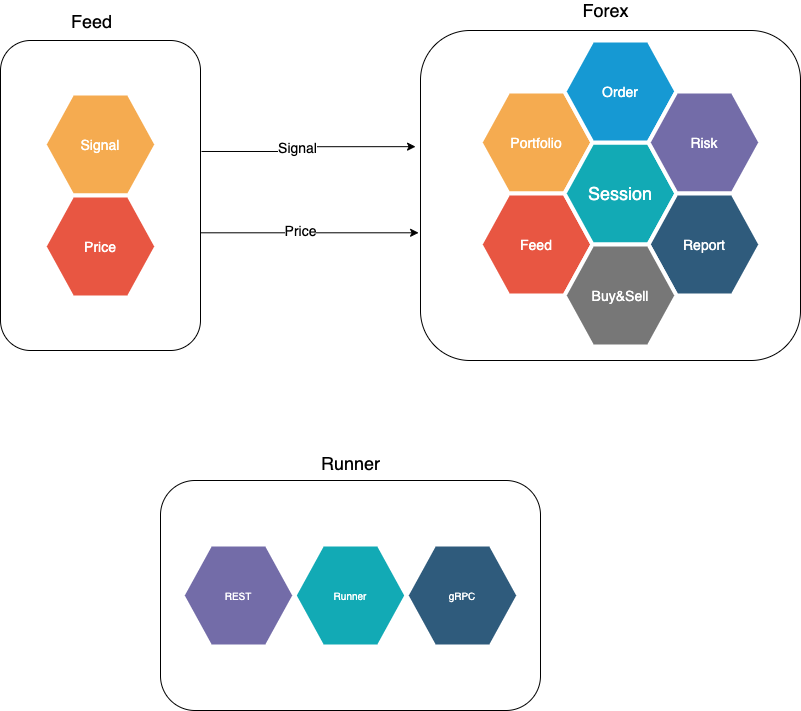
Before: assets/trading-system.png, a diagram exported from draw.io (apssouza22/trading-system). Source tidied: cells renumbered, new cells last; positions are measured from the earlier drawing's top-left corner, leaving out a move shared by most shapes.
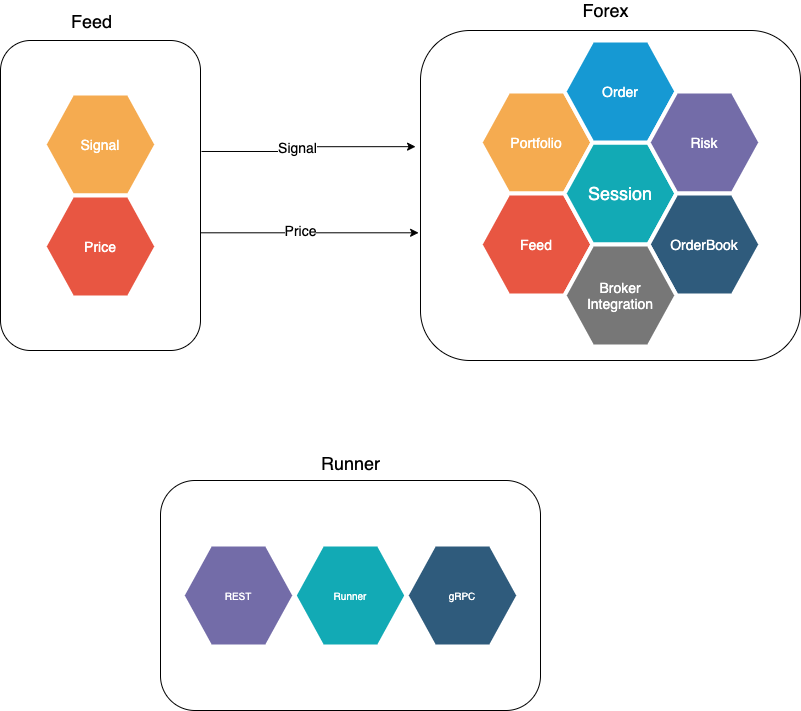
The same file after the commit.

Change to the diagram source:
```diff
@@ -62,10 +62,10 @@
     <mxCell id="19" value="&lt;font style=&quot;font-size: 14px&quot;&gt;Risk&lt;/font&gt;" style="shape=hexagon;strokeWidth=4;html=1;fillColor=#736CA8;strokeColor=#ffffff;shadow=0;fontSize=10;fontColor=#FFFFFF;align=center;fontStyle=0;whiteSpace=wrap;spacing=10;rounded=0;" parent="1" vertex="1">
       <mxGeometry x="648" y="91" width="112" height="102" as="geometry" />
     </mxCell>
-    <mxCell id="20" value="&lt;font style=&quot;font-size: 14px&quot;&gt;Report&lt;/font&gt;" style="shape=hexagon;strokeWidth=4;html=1;fillColor=#2F5B7C;strokeColor=#ffffff;shadow=0;fontSize=10;fontColor=#FFFFFF;align=center;fontStyle=0;whiteSpace=wrap;spacing=10;rounded=0;" parent="1" vertex="1">
+    <mxCell id="20" value="&lt;font style=&quot;font-size: 14px&quot;&gt;OrderBook&lt;/font&gt;" style="shape=hexagon;strokeWidth=4;html=1;fillColor=#2F5B7C;strokeColor=#ffffff;shadow=0;fontSize=10;fontColor=#FFFFFF;align=center;fontStyle=0;whiteSpace=wrap;spacing=10;rounded=0;" parent="1" vertex="1">
       <mxGeometry x="648" y="193" width="112" height="102" as="geometry" />
     </mxCell>
-    <mxCell id="21" value="&lt;span style=&quot;font-size: 14px&quot;&gt;Buy&amp;amp;Sell&lt;/span&gt;" style="shape=hexagon;strokeWidth=4;html=1;fillColor=#777777;strokeColor=#ffffff;shadow=0;fontSize=10;fontColor=#FFFFFF;align=center;fontStyle=0;whiteSpace=wrap;spacing=10;rounded=0;" parent="1" vertex="1">
+    <mxCell id="21" value="&lt;span style=&quot;font-size: 14px&quot;&gt;Broker&lt;br&gt;Integration&lt;br&gt;&lt;/span&gt;" style="shape=hexagon;strokeWidth=4;html=1;fillColor=#777777;strokeColor=#ffffff;shadow=0;fontSize=10;fontColor=#FFFFFF;align=center;fontStyle=0;whiteSpace=wrap;spacing=10;rounded=0;" parent="1" vertex="1">
       <mxGeometry x="564" y="244" width="112" height="102" as="geometry" />
     </mxCell>
     <mxCell id="22" value="&lt;font style=&quot;font-size: 14px&quot;&gt;Signal&lt;/font&gt;" style="shape=hexagon;strokeWidth=4;html=1;fillColor=#F5AB50;strokeColor=#ffffff;shadow=0;fontSize=10;fontColor=#FFFFFF;align=center;fontStyle=0;whiteSpace=wrap;spacing=10;rounded=0;" parent="1" vertex="1">
```
